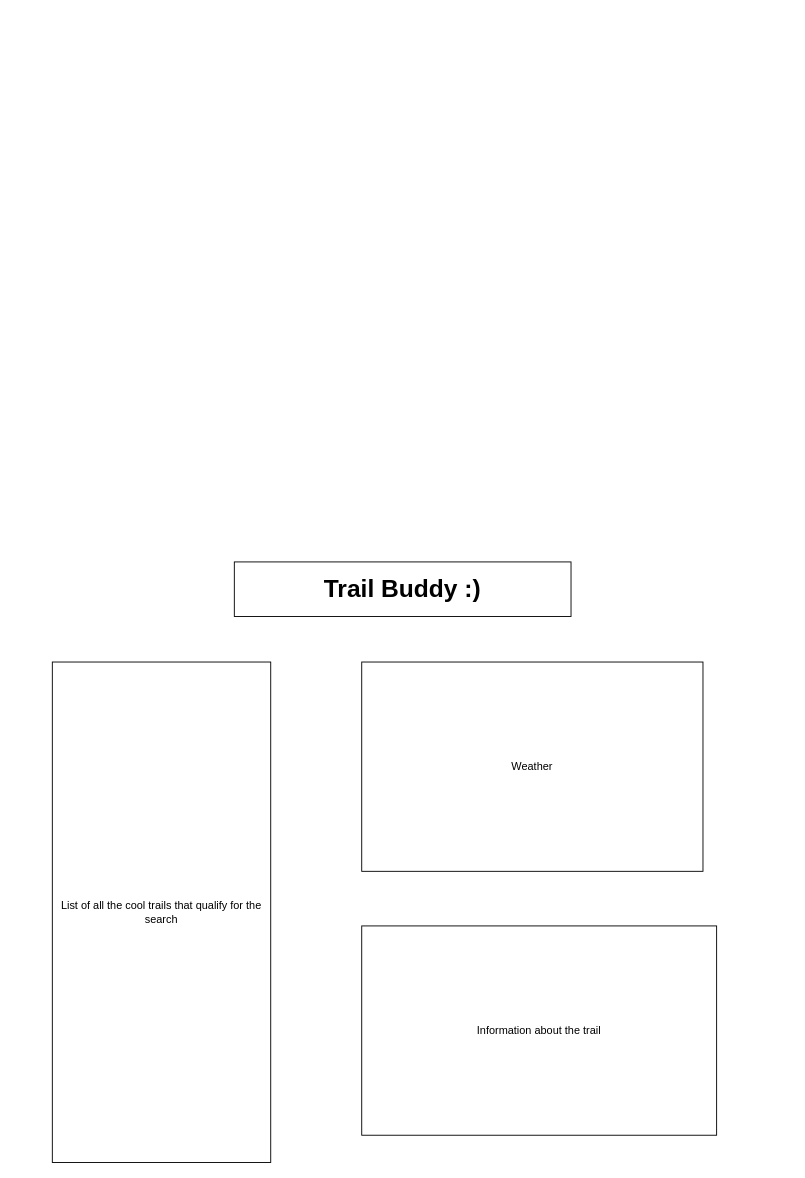
Before: documents/MvpWireframe.drawio in Jonathan6/Trail-Buddy, a draw.io diagram. Source tidied: cells renumbered, new cells numbered last; positions are measured from the earlier drawing's top-left corner, leaving out a move shared by most shapes. Both pictures are drawn from the tidied source at 91%, with x=0, y=0 at pixel (52, 561).
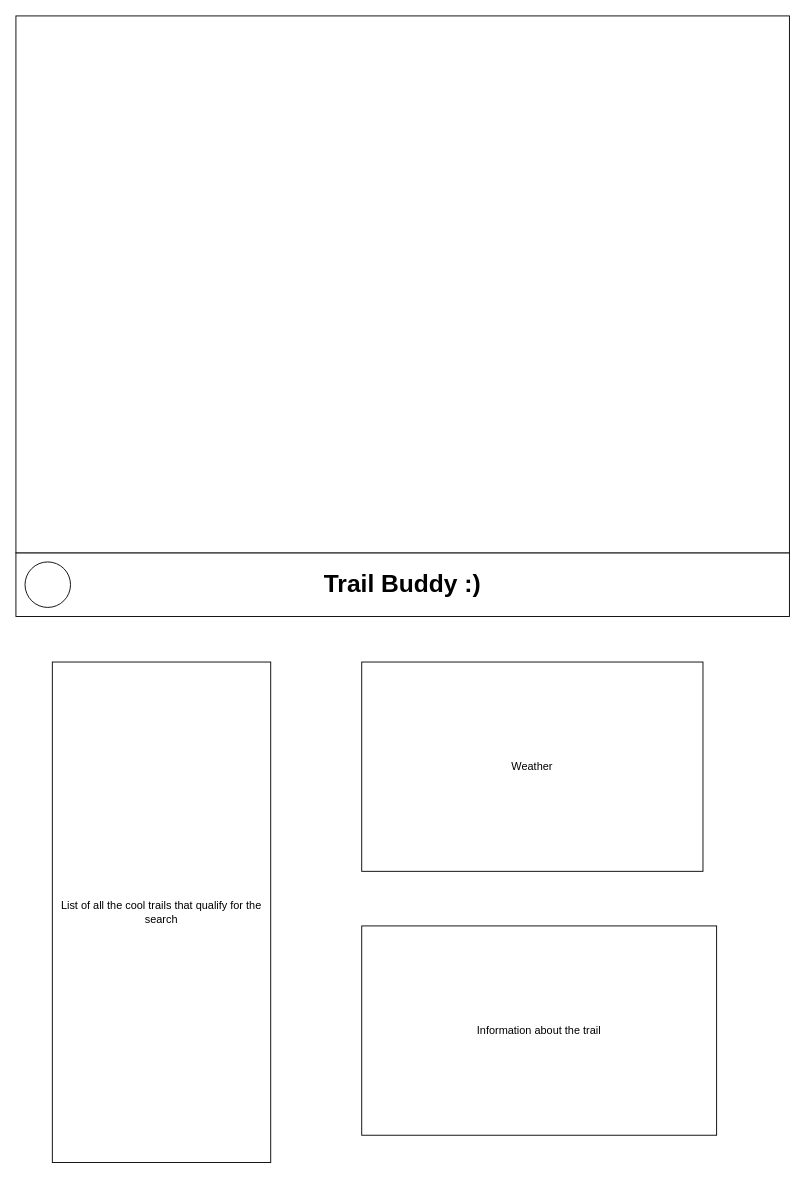
Above is the later version.

What changed in the source:
```diff
@@
 <mxGraphModel>
   <root>
     <mxCell id="0" />
     <mxCell id="1" parent="0" />
     <mxCell id="2" value="&lt;b&gt;&lt;font style=&quot;font-size: 27px&quot;&gt;Trail Buddy :)&lt;/font&gt;&lt;/b&gt;" style="whiteSpace=wrap;html=1;" parent="1" vertex="1">
-      <mxGeometry x="200" width="370" height="60" as="geometry" />
+      <mxGeometry x="-40" y="-10" width="850" height="70" as="geometry" />
     </mxCell>
     <mxCell id="3" value="List of all the cool trails that qualify for the search" style="whiteSpace=wrap;html=1;" parent="1" vertex="1">
       <mxGeometry y="110" width="240" height="550" as="geometry" />
     </mxCell>
     <mxCell id="4" value="Weather" style="whiteSpace=wrap;html=1;" parent="1" vertex="1">
       <mxGeometry x="340" y="110" width="375" height="230" as="geometry" />
     </mxCell>
     <mxCell id="5" value="Information about the trail" style="whiteSpace=wrap;html=1;" parent="1" vertex="1">
       <mxGeometry x="340" y="400" width="390" height="230" as="geometry" />
     </mxCell>
+    <mxCell id="6" style="ellipse;whiteSpace=wrap;html=1;" parent="1" vertex="1">
+      <mxGeometry x="-30" width="50" height="50" as="geometry" />
+    </mxCell>
+    <mxCell id="7" style="rounded=0;whiteSpace=wrap;html=1;" parent="1" vertex="1">
+      <mxGeometry x="-40" y="-600" width="850" height="590" as="geometry" />
+    </mxCell>
   </root>
 </mxGraphModel>
```
